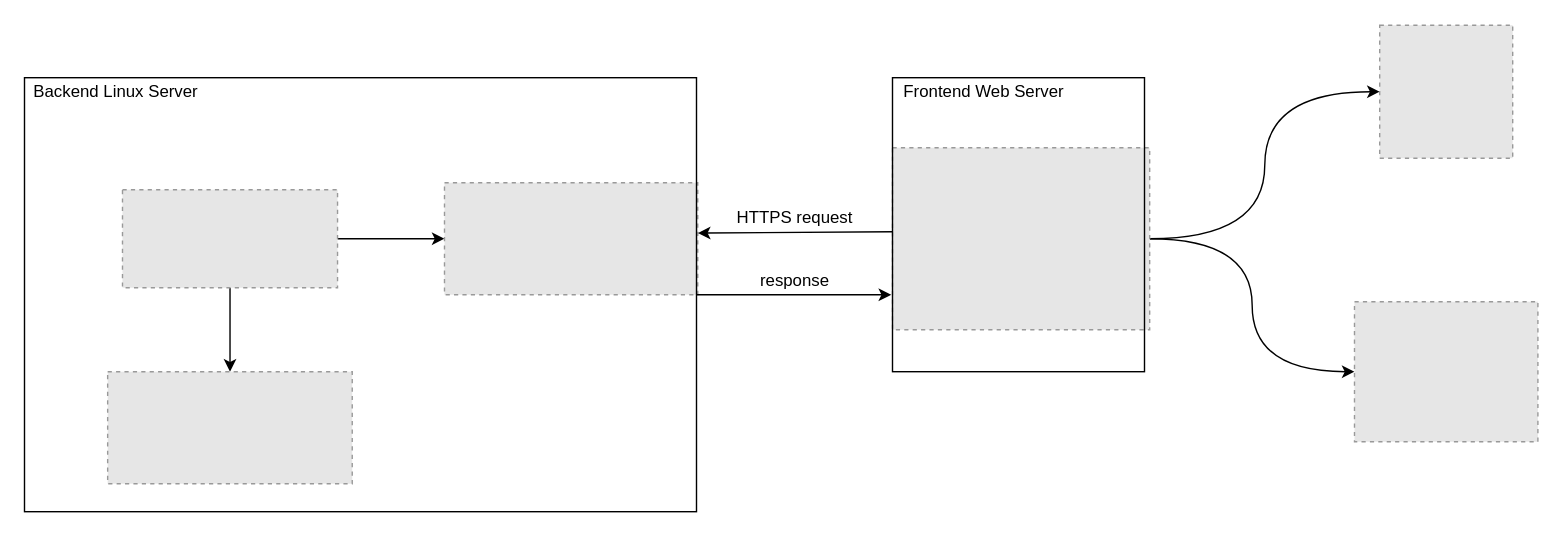
Before: Tech Stack.drawio in MarkyMan4/capstone-planning, a draw.io diagram. Source tidied: cells renumbered, new cells numbered last; positions are measured from the earlier drawing's top-left corner, leaving out a move shared by most shapes. Both pictures are drawn from the tidied source at 140%, with x=0, y=0 at pixel (24, 24). Pictures stored in the file or linked from it are replaced by grey dashed boxes.
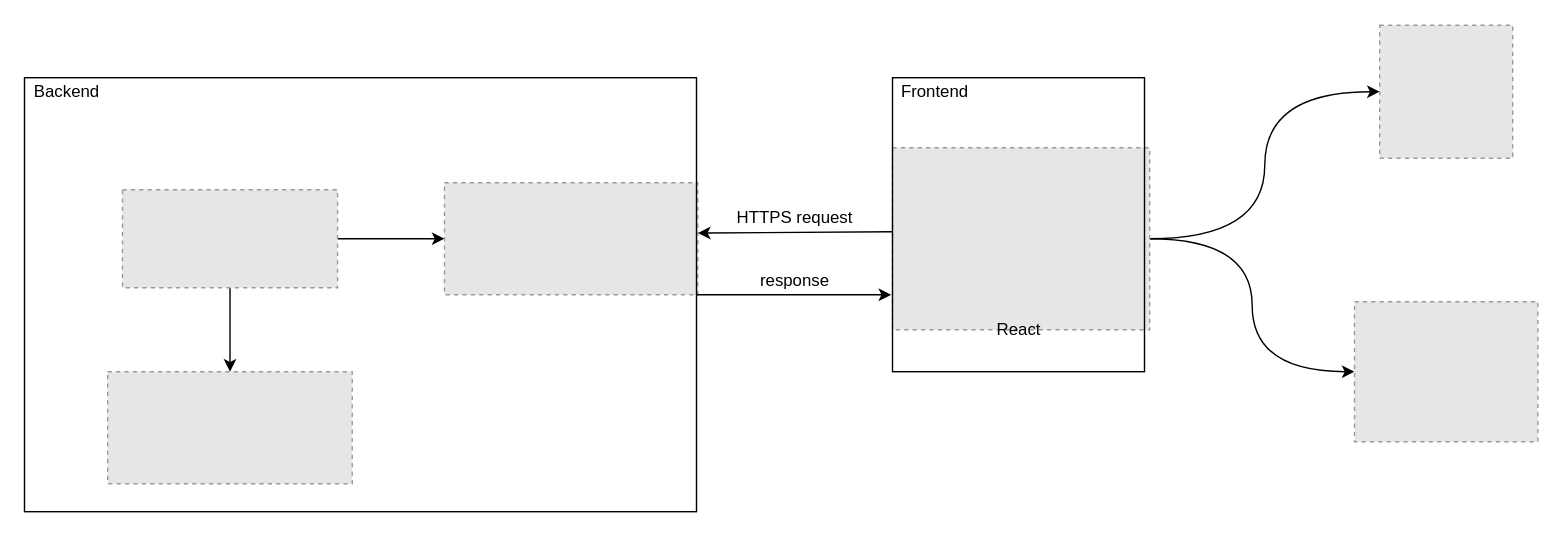
Above is the later version.

Diff of the diagram source:
```diff
@@
-    <mxCell id="12" value="Backend Linux Server" style="text;html=1;align=center;verticalAlign=middle;" parent="1" vertex="1">
-      <mxGeometry y="38" width="130" height="20" as="geometry" />
+    <mxCell id="12" value="Backend" style="text;html=1;align=center;verticalAlign=middle;" parent="1" vertex="1">
+      <mxGeometry y="38" width="60" height="20" as="geometry" />
     </mxCell>
@@
-    <mxCell id="19" value="Frontend Web Server" style="text;html=1;align=center;verticalAlign=middle;" parent="1" vertex="1">
-      <mxGeometry x="620" y="38" width="130" height="20" as="geometry" />
+    <mxCell id="19" value="Frontend" style="text;html=1;align=center;verticalAlign=middle;" parent="1" vertex="1">
+      <mxGeometry x="620" y="38" width="60" height="20" as="geometry" />
     </mxCell>
+    <mxCell id="20" value="React" style="text;html=1;align=center;verticalAlign=middle;" parent="1" vertex="1">
+      <mxGeometry x="685" y="208" width="50" height="20" as="geometry" />
+    </mxCell>
```
